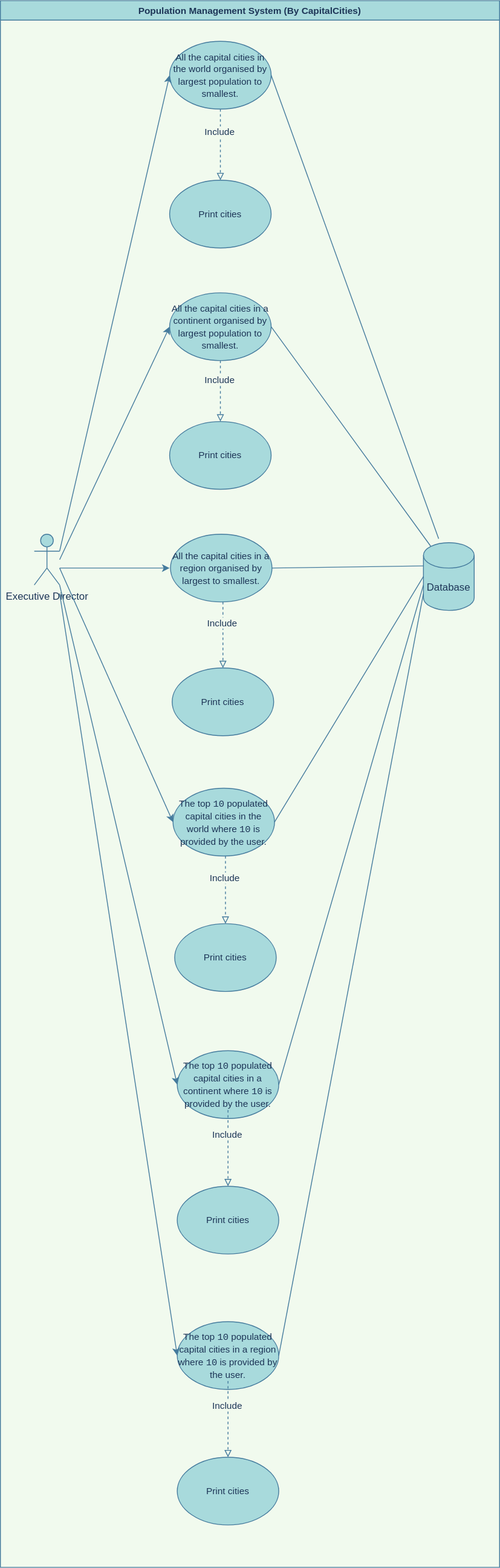
The draw.io diagram use-case-capitalcity-report/Population Management System (By CapitalCities).svg in ThihaKZ16/group5, before a commit. Source tidied: cells renumbered, new cells last; positions are measured from the earlier drawing's top-left corner, leaving out a move shared by most shapes.
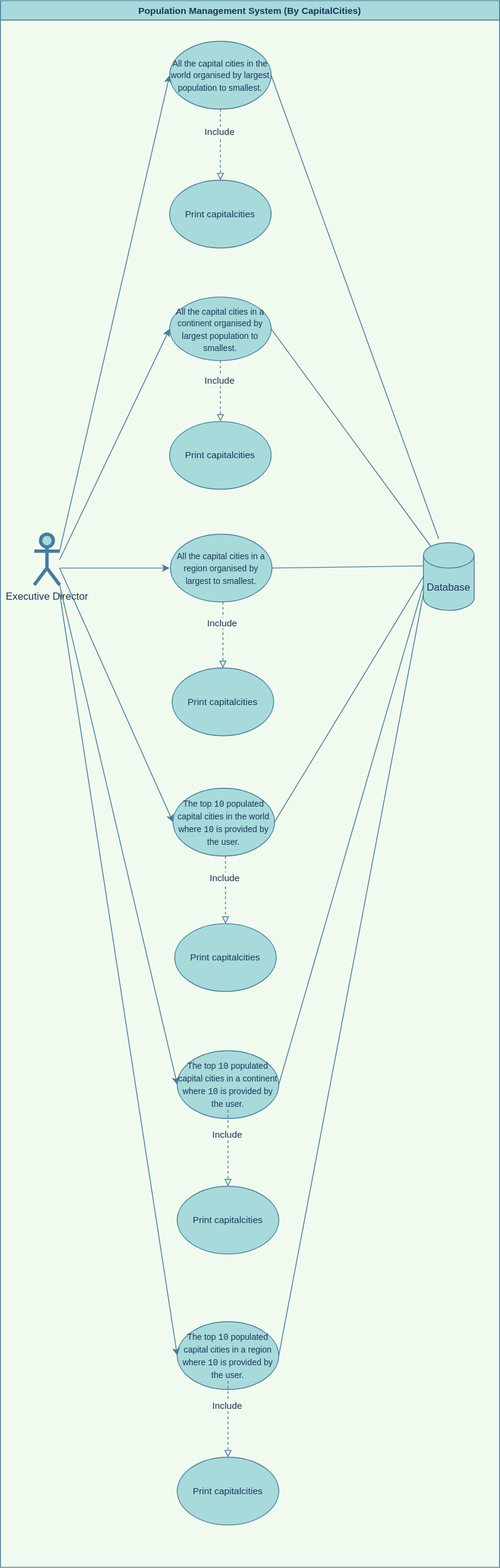
Later version of the same file.

Commit message:
Update Use Case of Population Report.

The edit, as a diff of the source:
```diff
@@ -2,43 +2,43 @@
   <root>
     <mxCell id="0" />
     <mxCell id="1" parent="0" />
-    <mxCell id="2" value="Executive Director" style="shape=umlActor;verticalLabelPosition=bottom;verticalAlign=top;html=1;outlineConnect=0;fillColor=#A8DADC;strokeColor=#457B9D;fontColor=#1D3557;" parent="1" vertex="1">
+    <mxCell id="2" value="Executive Director" style="shape=umlActor;verticalLabelPosition=bottom;verticalAlign=top;html=1;outlineConnect=0;fillColor=#A8DADC;strokeColor=#457B9D;fontColor=#1D3557;strokeWidth=4;" parent="1" vertex="1">
       <mxGeometry x="40" y="630" width="30" height="60" as="geometry" />
     </mxCell>
-    <mxCell id="3" value="&lt;font style=&quot;font-size: 11px&quot;&gt;All the capital cities in the world organised by largest population to smallest.&lt;/font&gt;" style="ellipse;whiteSpace=wrap;html=1;fillColor=#A8DADC;strokeColor=#457B9D;fontColor=#1D3557;" parent="1" vertex="1">
+    <mxCell id="3" value="&lt;font style=&quot;font-size: 10px&quot;&gt;All the capital cities in the world organised by largest population to smallest.&lt;/font&gt;" style="ellipse;whiteSpace=wrap;html=1;fillColor=#A8DADC;strokeColor=#457B9D;fontColor=#1D3557;" parent="1" vertex="1">
       <mxGeometry x="200" y="48" width="120" height="80" as="geometry" />
     </mxCell>
-    <mxCell id="4" value="&lt;font style=&quot;font-size: 11px&quot;&gt;Print cities&lt;/font&gt;" style="ellipse;whiteSpace=wrap;html=1;fillColor=#A8DADC;strokeColor=#457B9D;fontColor=#1D3557;" parent="1" vertex="1">
+    <mxCell id="4" value="&lt;font style=&quot;font-size: 11px&quot;&gt;Print capitalcities&lt;/font&gt;" style="ellipse;whiteSpace=wrap;html=1;fillColor=#A8DADC;strokeColor=#457B9D;fontColor=#1D3557;" parent="1" vertex="1">
       <mxGeometry x="200" y="212" width="120" height="80" as="geometry" />
     </mxCell>
-    <mxCell id="5" value="&lt;font style=&quot;font-size: 11px&quot;&gt;All the capital cities in a continent organised by largest population to smallest.&lt;/font&gt;" style="ellipse;whiteSpace=wrap;html=1;fillColor=#A8DADC;strokeColor=#457B9D;fontColor=#1D3557;" parent="1" vertex="1">
-      <mxGeometry x="200" y="345" width="120" height="80" as="geometry" />
+    <mxCell id="5" value="&lt;font style=&quot;font-size: 10px&quot;&gt;All the capital cities in a continent organised by largest population to smallest.&lt;/font&gt;" style="ellipse;whiteSpace=wrap;html=1;fillColor=#A8DADC;strokeColor=#457B9D;fontColor=#1D3557;" parent="1" vertex="1">
+      <mxGeometry x="200" y="350" width="120" height="75" as="geometry" />
     </mxCell>
-    <mxCell id="6" value="&lt;font style=&quot;font-size: 11px&quot;&gt;Print cities&lt;/font&gt;" style="ellipse;whiteSpace=wrap;html=1;fillColor=#A8DADC;strokeColor=#457B9D;fontColor=#1D3557;" parent="1" vertex="1">
+    <mxCell id="6" value="&lt;span style=&quot;font-size: 11px&quot;&gt;Print capitalcities&lt;/span&gt;" style="ellipse;whiteSpace=wrap;html=1;fillColor=#A8DADC;strokeColor=#457B9D;fontColor=#1D3557;" parent="1" vertex="1">
       <mxGeometry x="200" y="497" width="120" height="80" as="geometry" />
     </mxCell>
-    <mxCell id="7" value="&lt;font style=&quot;font-size: 11px&quot;&gt;All the capital cities in a region organised by largest to smallest.&lt;/font&gt;" style="ellipse;whiteSpace=wrap;html=1;fillColor=#A8DADC;strokeColor=#457B9D;fontColor=#1D3557;" parent="1" vertex="1">
+    <mxCell id="7" value="&lt;font style=&quot;font-size: 10px&quot;&gt;All the capital cities in a region organised by largest to smallest.&lt;/font&gt;" style="ellipse;whiteSpace=wrap;html=1;fillColor=#A8DADC;strokeColor=#457B9D;fontColor=#1D3557;" parent="1" vertex="1">
       <mxGeometry x="201" y="630" width="120" height="80" as="geometry" />
     </mxCell>
-    <mxCell id="8" value="&lt;font style=&quot;font-size: 11px&quot;&gt;Print cities&lt;/font&gt;" style="ellipse;whiteSpace=wrap;html=1;fillColor=#A8DADC;strokeColor=#457B9D;fontColor=#1D3557;" parent="1" vertex="1">
+    <mxCell id="8" value="&lt;span style=&quot;font-size: 11px&quot;&gt;Print capitalcities&lt;/span&gt;" style="ellipse;whiteSpace=wrap;html=1;fillColor=#A8DADC;strokeColor=#457B9D;fontColor=#1D3557;" parent="1" vertex="1">
       <mxGeometry x="203" y="788" width="120" height="80" as="geometry" />
     </mxCell>
-    <mxCell id="9" value="&lt;font style=&quot;font-size: 11px&quot;&gt;The top &lt;font face=&quot;monospace&quot;&gt;10&lt;/font&gt;&amp;nbsp;populated capital cities in the world  where &lt;font face=&quot;monospace&quot;&gt;10&lt;/font&gt;&amp;nbsp;is provided by the user.&lt;/font&gt;" style="ellipse;whiteSpace=wrap;html=1;fillColor=#A8DADC;strokeColor=#457B9D;fontColor=#1D3557;" parent="1" vertex="1">
+    <mxCell id="9" value="&lt;font style=&quot;font-size: 10px&quot;&gt;The top &lt;font face=&quot;monospace&quot; style=&quot;font-size: 10px&quot;&gt;10&lt;/font&gt;&amp;nbsp;populated capital cities in the world  where &lt;font face=&quot;monospace&quot; style=&quot;font-size: 10px&quot;&gt;10&lt;/font&gt;&amp;nbsp;is provided by the user.&lt;/font&gt;" style="ellipse;whiteSpace=wrap;html=1;fillColor=#A8DADC;strokeColor=#457B9D;fontColor=#1D3557;" parent="1" vertex="1">
       <mxGeometry x="204" y="930" width="120" height="80" as="geometry" />
     </mxCell>
-    <mxCell id="10" value="&lt;font style=&quot;font-size: 11px&quot;&gt;Print cities&lt;/font&gt;" style="ellipse;whiteSpace=wrap;html=1;fillColor=#A8DADC;strokeColor=#457B9D;fontColor=#1D3557;" parent="1" vertex="1">
+    <mxCell id="10" value="&lt;span style=&quot;font-size: 11px&quot;&gt;Print capitalcities&lt;/span&gt;" style="ellipse;whiteSpace=wrap;html=1;fillColor=#A8DADC;strokeColor=#457B9D;fontColor=#1D3557;" parent="1" vertex="1">
       <mxGeometry x="206" y="1090" width="120" height="80" as="geometry" />
     </mxCell>
-    <mxCell id="11" value="&lt;font style=&quot;font-size: 11px&quot;&gt;The top &lt;font face=&quot;monospace&quot;&gt;10&lt;/font&gt;&amp;nbsp;populated capital cities in a continent where &lt;font face=&quot;monospace&quot;&gt;10&lt;/font&gt;&amp;nbsp;is provided by the user.&lt;/font&gt;" style="ellipse;whiteSpace=wrap;html=1;fillColor=#A8DADC;strokeColor=#457B9D;fontColor=#1D3557;" parent="1" vertex="1">
+    <mxCell id="11" value="&lt;font style=&quot;font-size: 10px&quot;&gt;The top &lt;font face=&quot;monospace&quot; style=&quot;font-size: 10px&quot;&gt;10&lt;/font&gt;&amp;nbsp;populated capital cities in a continent where &lt;font face=&quot;monospace&quot; style=&quot;font-size: 10px&quot;&gt;10&lt;/font&gt;&amp;nbsp;is provided by the user.&lt;/font&gt;" style="ellipse;whiteSpace=wrap;html=1;fillColor=#A8DADC;strokeColor=#457B9D;fontColor=#1D3557;" parent="1" vertex="1">
       <mxGeometry x="209" y="1240" width="120" height="80" as="geometry" />
     </mxCell>
-    <mxCell id="12" value="&lt;font style=&quot;font-size: 11px&quot;&gt;The top &lt;font face=&quot;monospace&quot;&gt;10&lt;/font&gt;&amp;nbsp;populated capital cities in a region where &lt;font face=&quot;monospace&quot;&gt;10&lt;/font&gt;&amp;nbsp;is provided by the user.&lt;/font&gt;" style="ellipse;whiteSpace=wrap;html=1;fillColor=#A8DADC;strokeColor=#457B9D;fontColor=#1D3557;" parent="1" vertex="1">
+    <mxCell id="12" value="&lt;font style=&quot;font-size: 10px&quot;&gt;The top &lt;font face=&quot;monospace&quot; style=&quot;font-size: 10px&quot;&gt;10&lt;/font&gt;&amp;nbsp;populated capital cities in a region where &lt;font face=&quot;monospace&quot; style=&quot;font-size: 10px&quot;&gt;10&lt;/font&gt;&amp;nbsp;is provided by the user.&lt;/font&gt;" style="ellipse;whiteSpace=wrap;html=1;fillColor=#A8DADC;strokeColor=#457B9D;fontColor=#1D3557;" parent="1" vertex="1">
       <mxGeometry x="209" y="1560" width="120" height="80" as="geometry" />
     </mxCell>
-    <mxCell id="13" value="&lt;font style=&quot;font-size: 11px&quot;&gt;Print cities&lt;/font&gt;" style="ellipse;whiteSpace=wrap;html=1;fillColor=#A8DADC;strokeColor=#457B9D;fontColor=#1D3557;" parent="1" vertex="1">
+    <mxCell id="13" value="&lt;span style=&quot;font-size: 11px&quot;&gt;Print capitalcities&lt;/span&gt;" style="ellipse;whiteSpace=wrap;html=1;fillColor=#A8DADC;strokeColor=#457B9D;fontColor=#1D3557;" parent="1" vertex="1">
       <mxGeometry x="209" y="1400" width="120" height="80" as="geometry" />
     </mxCell>
-    <mxCell id="14" value="&lt;font style=&quot;font-size: 11px&quot;&gt;Print cities&lt;/font&gt;" style="ellipse;whiteSpace=wrap;html=1;fillColor=#A8DADC;strokeColor=#457B9D;fontColor=#1D3557;" parent="1" vertex="1">
+    <mxCell id="14" value="&lt;span style=&quot;font-size: 11px&quot;&gt;Print capitalcities&lt;/span&gt;" style="ellipse;whiteSpace=wrap;html=1;fillColor=#A8DADC;strokeColor=#457B9D;fontColor=#1D3557;" parent="1" vertex="1">
       <mxGeometry x="209" y="1720" width="120" height="80" as="geometry" />
     </mxCell>
     <mxCell id="15" value="Database" style="shape=cylinder3;whiteSpace=wrap;html=1;boundedLbl=1;backgroundOutline=1;size=15;fillColor=#A8DADC;strokeColor=#457B9D;fontColor=#1D3557;" parent="1" vertex="1">
@@ -137,7 +137,7 @@
     <mxCell id="39" value="Include" style="edgeLabel;html=1;align=center;verticalAlign=middle;fontSize=11;labelBackgroundColor=#F1FAEE;fontColor=#1D3557;" parent="38" vertex="1">
       <mxGeometry x="-0.37" y="-2" relative="1" as="geometry" />
     </mxCell>
-    <mxCell id="40" value="Population Management System (By CapitalCities)" style="swimlane;fontSize=11;fillColor=#A8DADC;strokeColor=#457B9D;fontColor=#1D3557;" parent="1" vertex="1">
+    <mxCell id="40" value="Population Management System (By CapitalCities)" style="swimlane;fontSize=11;fillColor=#A8DADC;strokeColor=#457B9D;fontColor=#1D3557;strokeWidth=1;" parent="1" vertex="1">
       <mxGeometry width="590" height="1850" as="geometry" />
     </mxCell>
   </root>
```
